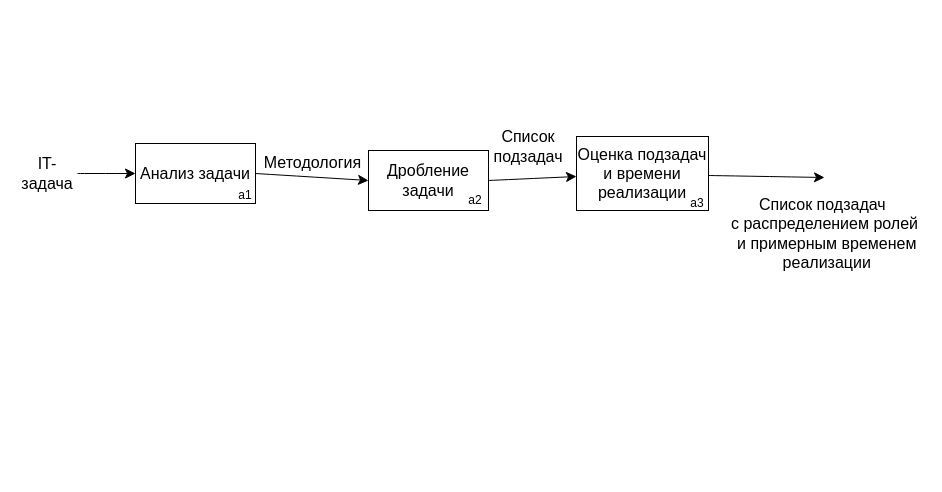
Above: M1 Course/YPpSIS/Coursework/как есть.drawio in Lion120454/StudiesHUB (draw.io), before the change. Source tidied: cells renumbered, new cells numbered last; positions are measured from the earlier drawing's top-left corner, leaving out a move shared by most shapes. Both pictures are drawn from the tidied source at 100%, with x=0, y=0 at pixel (17, 131).
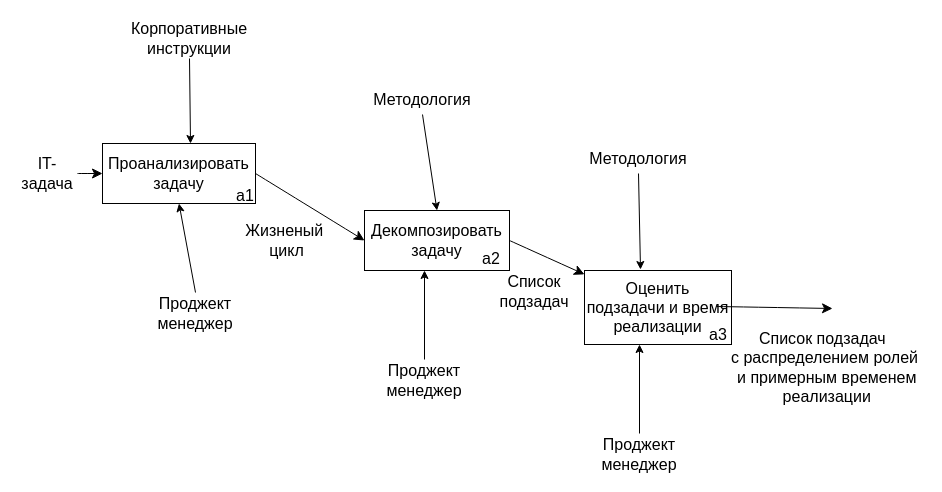
The same diagram, later.

Unchanged cells that the change refers to:
```xml
<mxCell id="5" style="endArrow=classic;html=1;rounded=0;fontSize=16;startSize=8;endSize=8;curved=1;exitX=1;exitY=0.5;exitDx=0;exitDy=0;entryX=0;entryY=0.5;entryDx=0;entryDy=0;" parent="1" edge="1" source="4" target="8">
  <mxGeometry relative="1" as="geometry" />
</mxCell>
```

Diff of the diagram source:
```diff
@@
-    <mxCell id="4" value="Анализ задачи" style="rounded=0;whiteSpace=wrap;html=1;fontSize=16;" parent="1" vertex="1">
-      <mxGeometry x="118" y="12" width="120" height="60" as="geometry" />
+    <mxCell id="4" value="Проанализировать задачу" style="rounded=0;whiteSpace=wrap;html=1;fontSize=16;" parent="1" vertex="1">
+      <mxGeometry x="85" y="12" width="153" height="60" as="geometry" />
     </mxCell>
@@
-    <mxCell id="6" value="Методология" style="edgeLabel;html=1;align=center;verticalAlign=middle;fontSize=16;" parent="5" vertex="1">
+    <mxCell id="6" value="Жизненый&amp;nbsp;&lt;div&gt;цикл&lt;/div&gt;" style="edgeLabel;html=1;align=center;verticalAlign=middle;fontSize=16;" parent="5" vertex="1">
       <mxGeometry relative="1" as="geometry">
-        <mxPoint y="-15" as="offset" />
+        <mxPoint x="-24" y="33" as="offset" />
       </mxGeometry>
     </mxCell>
@@
-    <mxCell id="8" value="Дробление задачи" style="rounded=0;whiteSpace=wrap;html=1;fontSize=16;" parent="1" vertex="1">
-      <mxGeometry x="351" y="19" width="120" height="60" as="geometry" />
+    <mxCell id="8" value="Декомпозировать&lt;div&gt;задачу&lt;/div&gt;" style="rounded=0;whiteSpace=wrap;html=1;fontSize=16;" parent="1" vertex="1">
+      <mxGeometry x="347" y="79" width="145" height="60" as="geometry" />
     </mxCell>
-    <mxCell id="9" value="Оценка подзадач и времени реализации" style="rounded=0;whiteSpace=wrap;html=1;fontSize=16;" parent="1" vertex="1">
-      <mxGeometry x="559" y="5" width="132" height="74" as="geometry" />
+    <mxCell id="9" value="Оценить подзадачи и время реализации" style="rounded=0;whiteSpace=wrap;html=1;fontSize=16;" parent="1" vertex="1">
+      <mxGeometry x="567" y="139" width="147" height="74" as="geometry" />
     </mxCell>
     <mxCell id="10" style="endArrow=classic;html=1;rounded=0;fontSize=16;startSize=8;endSize=8;curved=1;exitX=1;exitY=0.5;exitDx=0;exitDy=0;" parent="1" edge="1">
       <mxGeometry relative="1" as="geometry">
-        <mxPoint x="691" y="44" as="sourcePoint" />
-        <mxPoint x="807" y="46" as="targetPoint" />
+        <mxPoint x="699" y="175" as="sourcePoint" />
+        <mxPoint x="815" y="177" as="targetPoint" />
       </mxGeometry>
     </mxCell>
     <mxCell id="11" value="&lt;font&gt;Список подзадач&lt;/font&gt;" style="text;html=1;whiteSpace=wrap;strokeColor=none;fillColor=none;align=center;verticalAlign=middle;rounded=0;fontSize=16;" parent="1" vertex="1">
-      <mxGeometry x="481" width="60" height="30" as="geometry" />
+      <mxGeometry x="487" y="145" width="60" height="30" as="geometry" />
     </mxCell>
-    <mxCell id="12" value="а1" style="text;html=1;whiteSpace=wrap;strokeColor=none;fillColor=none;align=center;verticalAlign=middle;rounded=0;" parent="1" vertex="1">
+    <mxCell id="12" value="а1" style="text;html=1;whiteSpace=wrap;strokeColor=none;fillColor=none;align=center;verticalAlign=middle;rounded=0;fontSize=16;" parent="1" vertex="1">
       <mxGeometry x="198" y="49" width="60" height="30" as="geometry" />
     </mxCell>
-    <mxCell id="13" value="а2" style="text;html=1;whiteSpace=wrap;strokeColor=none;fillColor=none;align=center;verticalAlign=middle;rounded=0;" parent="1" vertex="1">
-      <mxGeometry x="428" y="54" width="60" height="30" as="geometry" />
+    <mxCell id="13" value="а2" style="text;html=1;whiteSpace=wrap;strokeColor=none;fillColor=none;align=center;verticalAlign=middle;rounded=0;fontSize=16;" parent="1" vertex="1">
+      <mxGeometry x="444" y="112" width="60" height="30" as="geometry" />
     </mxCell>
-    <mxCell id="14" value="а3" style="text;html=1;whiteSpace=wrap;strokeColor=none;fillColor=none;align=center;verticalAlign=middle;rounded=0;" parent="1" vertex="1">
-      <mxGeometry x="650" y="57" width="60" height="30" as="geometry" />
+    <mxCell id="14" value="а3" style="text;html=1;whiteSpace=wrap;strokeColor=none;fillColor=none;align=center;verticalAlign=middle;rounded=0;fontSize=16;" parent="1" vertex="1">
+      <mxGeometry x="671" y="188" width="60" height="30" as="geometry" />
     </mxCell>
     <mxCell id="15" value="&lt;span style=&quot;text-wrap-mode: nowrap; background-color: rgb(255, 255, 255);&quot;&gt;Список подзадач&amp;nbsp;&lt;/span&gt;&lt;div&gt;&lt;span style=&quot;text-wrap-mode: nowrap; background-color: rgb(255, 255, 255);&quot;&gt;с распределением ролей&lt;/span&gt;&lt;/div&gt;&lt;div&gt;&lt;span style=&quot;text-wrap-mode: nowrap; background-color: rgb(255, 255, 255);&quot;&gt;&amp;nbsp;и примерным временем&lt;/span&gt;&lt;/div&gt;&lt;div&gt;&lt;span style=&quot;text-wrap-mode: nowrap; background-color: rgb(255, 255, 255);&quot;&gt;&amp;nbsp;реализации&lt;/span&gt;&lt;/div&gt;" style="text;html=1;whiteSpace=wrap;strokeColor=none;fillColor=none;align=center;verticalAlign=middle;rounded=0;fontSize=16;" parent="1" vertex="1">
-      <mxGeometry x="707" y="54" width="201" height="95" as="geometry" />
+      <mxGeometry x="707" y="188" width="201" height="95" as="geometry" />
     </mxCell>
+    <mxCell id="16" style="endArrow=classic;html=1;rounded=0;entryX=0.5;entryY=0;entryDx=0;entryDy=0;exitX=0.5;exitY=1;exitDx=0;exitDy=0;fontSize=16;" parent="1" edge="1" source="17" target="8">
+      <mxGeometry relative="1" as="geometry" />
+    </mxCell>
+    <mxCell id="17" value="&lt;font&gt;Методология&lt;/font&gt;" style="text;html=1;whiteSpace=wrap;strokeColor=none;fillColor=none;align=center;verticalAlign=middle;rounded=0;fontSize=16;" parent="1" vertex="1">
+      <mxGeometry x="338" y="-47" width="134" height="30" as="geometry" />
+    </mxCell>
+    <mxCell id="18" style="endArrow=classic;html=1;rounded=0;entryX=0.5;entryY=0;entryDx=0;entryDy=0;exitX=0.5;exitY=1;exitDx=0;exitDy=0;fontSize=16;" parent="1" edge="1" source="19">
+      <mxGeometry relative="1" as="geometry">
+        <mxPoint x="173" y="12" as="targetPoint" />
+      </mxGeometry>
+    </mxCell>
+    <mxCell id="19" value="&lt;font&gt;Корпоративные&lt;/font&gt;&lt;div&gt;&lt;font&gt;инструкции&lt;/font&gt;&lt;/div&gt;" style="text;html=1;whiteSpace=wrap;strokeColor=none;fillColor=none;align=center;verticalAlign=middle;rounded=0;fontSize=16;" parent="1" vertex="1">
+      <mxGeometry x="104" y="-114" width="136" height="41" as="geometry" />
+    </mxCell>
+    <mxCell id="20" style="endArrow=classic;html=1;rounded=0;entryX=0.5;entryY=1;entryDx=0;entryDy=0;exitX=0.5;exitY=0;exitDx=0;exitDy=0;fontSize=16;" parent="1" edge="1" source="23" target="4">
+      <mxGeometry relative="1" as="geometry" />
+    </mxCell>
+    <mxCell id="21" style="endArrow=classic;html=1;rounded=0;entryX=0.5;entryY=0;entryDx=0;entryDy=0;exitX=0.5;exitY=1;exitDx=0;exitDy=0;fontSize=16;" parent="1" edge="1" source="22">
+      <mxGeometry relative="1" as="geometry">
+        <mxPoint x="623" y="138" as="targetPoint" />
+      </mxGeometry>
+    </mxCell>
+    <mxCell id="22" value="&lt;font&gt;Методология&lt;/font&gt;" style="text;html=1;whiteSpace=wrap;strokeColor=none;fillColor=none;align=center;verticalAlign=middle;rounded=0;fontSize=16;" parent="1" vertex="1">
+      <mxGeometry x="554" y="12" width="134" height="30" as="geometry" />
+    </mxCell>
+    <mxCell id="23" value="&lt;font&gt;Проджект&lt;/font&gt;&lt;div&gt;&lt;font&gt;менеджер&lt;/font&gt;&lt;/div&gt;" style="text;html=1;whiteSpace=wrap;strokeColor=none;fillColor=none;align=center;verticalAlign=middle;rounded=0;fontSize=16;" parent="1" vertex="1">
+      <mxGeometry x="133" y="161" width="90" height="42" as="geometry" />
+    </mxCell>
+    <mxCell id="24" style="endArrow=classic;html=1;rounded=0;entryX=0.5;entryY=1;entryDx=0;entryDy=0;exitX=0.5;exitY=0;exitDx=0;exitDy=0;fontSize=16;" parent="1" edge="1" source="25">
+      <mxGeometry relative="1" as="geometry">
+        <mxPoint x="407" y="139" as="targetPoint" />
+      </mxGeometry>
+    </mxCell>
+    <mxCell id="25" value="&lt;font&gt;Проджект&lt;/font&gt;&lt;div&gt;&lt;font&gt;менеджер&lt;/font&gt;&lt;/div&gt;" style="text;html=1;whiteSpace=wrap;strokeColor=none;fillColor=none;align=center;verticalAlign=middle;rounded=0;fontSize=16;" parent="1" vertex="1">
+      <mxGeometry x="362" y="228" width="90" height="42" as="geometry" />
+    </mxCell>
+    <mxCell id="26" style="endArrow=classic;html=1;rounded=0;entryX=0.5;entryY=1;entryDx=0;entryDy=0;exitX=0.5;exitY=0;exitDx=0;exitDy=0;fontSize=16;" parent="1" edge="1" source="27">
+      <mxGeometry relative="1" as="geometry">
+        <mxPoint x="622" y="213" as="targetPoint" />
+      </mxGeometry>
+    </mxCell>
+    <mxCell id="27" value="&lt;font&gt;Проджект&lt;/font&gt;&lt;div&gt;&lt;font&gt;менеджер&lt;/font&gt;&lt;/div&gt;" style="text;html=1;whiteSpace=wrap;strokeColor=none;fillColor=none;align=center;verticalAlign=middle;rounded=0;fontSize=16;" parent="1" vertex="1">
+      <mxGeometry x="577" y="302" width="90" height="42" as="geometry" />
+    </mxCell>
```
